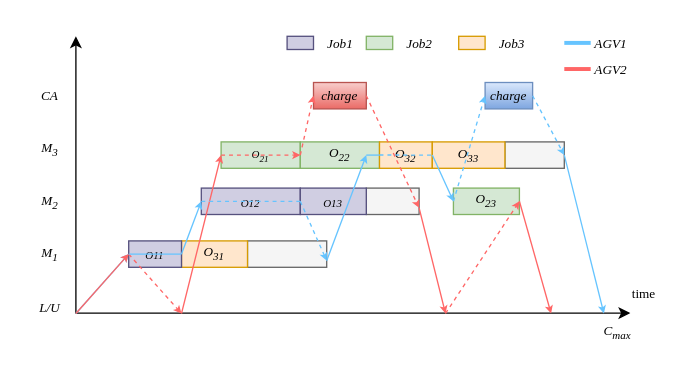
Before: gante.drawio in aslongaslihappy/algorithm, a draw.io diagram. Source tidied: cells renumbered, new cells numbered last; positions are measured from the earlier drawing's top-left corner, leaving out a move shared by most shapes. Both pictures are drawn from the tidied source at 132%, with x=0, y=0 at pixel (22, 22).
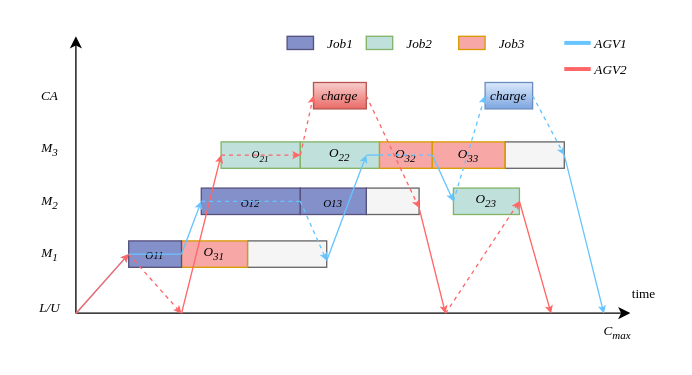
The same page after the edit.

What changed in the source:
```diff
@@
-    <mxCell id="11" value="&lt;span style=&quot;font-size: 8.33333px;&quot;&gt;O&lt;sub&gt;21&lt;/sub&gt;&lt;/span&gt;" style="rounded=0;whiteSpace=wrap;html=1;fontSize=10;fontStyle=2;fontFamily=Times New Roman;fillColor=#d5e8d4;strokeColor=#82b366;" parent="1" vertex="1">
+    <mxCell id="11" value="&lt;span style=&quot;font-size: 8.33333px;&quot;&gt;O&lt;sub&gt;21&lt;/sub&gt;&lt;/span&gt;" style="rounded=0;whiteSpace=wrap;html=1;fontSize=10;fontStyle=2;fontFamily=Times New Roman;fillColor=#C0E0DB;strokeColor=#82b366;" parent="1" vertex="1">
       <mxGeometry x="150" y="90" width="60" height="20" as="geometry" />
     </mxCell>
-    <mxCell id="12" value="&lt;sub&gt;&lt;span&gt;O&lt;/span&gt;12&lt;/sub&gt;" style="rounded=0;whiteSpace=wrap;html=1;fontSize=10;fontFamily=Times New Roman;fontStyle=2;fillColor=#d0cee2;strokeColor=#56517e;" parent="1" vertex="1">
+    <mxCell id="12" value="&lt;sub&gt;&lt;span&gt;O&lt;/span&gt;12&lt;/sub&gt;" style="rounded=0;whiteSpace=wrap;html=1;fontSize=10;fontFamily=Times New Roman;fontStyle=2;fillColor=#8390CA;strokeColor=#56517e;" parent="1" vertex="1">
       <mxGeometry x="135" y="125" width="75" height="20" as="geometry" />
     </mxCell>
-    <mxCell id="13" value="O&lt;sub&gt;22&lt;/sub&gt;" style="rounded=0;whiteSpace=wrap;html=1;fontSize=10;fontStyle=2;fontFamily=Times New Roman;fillColor=#d5e8d4;strokeColor=#82b366;" parent="1" vertex="1">
+    <mxCell id="13" value="O&lt;sub&gt;22&lt;/sub&gt;" style="rounded=0;whiteSpace=wrap;html=1;fontSize=10;fontStyle=2;fontFamily=Times New Roman;fillColor=#C0E0DB;strokeColor=#82b366;" parent="1" vertex="1">
       <mxGeometry x="210" y="90" width="60" height="20" as="geometry" />
     </mxCell>
-    <mxCell id="14" value="&lt;font&gt;O&lt;sub&gt;31&lt;/sub&gt;&lt;/font&gt;" style="rounded=0;whiteSpace=wrap;html=1;fontFamily=Times New Roman;fillColor=#ffe6cc;strokeColor=#d79b00;fontStyle=2;fontSize=10;" parent="1" vertex="1">
+    <mxCell id="14" value="&lt;font&gt;O&lt;sub&gt;31&lt;/sub&gt;&lt;/font&gt;" style="rounded=0;whiteSpace=wrap;html=1;fontFamily=Times New Roman;fillColor=#F7A7A6;strokeColor=#d79b00;fontStyle=2;fontSize=10;" parent="1" vertex="1">
       <mxGeometry x="120" y="165" width="50" height="20" as="geometry" />
     </mxCell>
@@
-    <mxCell id="17" value="&lt;font style=&quot;font-size: 10px;&quot;&gt;&lt;i&gt;O&lt;sub style=&quot;&quot;&gt;32&lt;/sub&gt;&lt;/i&gt;&lt;/font&gt;" style="rounded=0;whiteSpace=wrap;html=1;fontFamily=Times New Roman;fillColor=#ffe6cc;strokeColor=#d79b00;" parent="1" vertex="1">
+    <mxCell id="17" value="&lt;font style=&quot;font-size: 10px;&quot;&gt;&lt;i&gt;O&lt;sub style=&quot;&quot;&gt;32&lt;/sub&gt;&lt;/i&gt;&lt;/font&gt;" style="rounded=0;whiteSpace=wrap;html=1;fontFamily=Times New Roman;fillColor=#F7A7A6;strokeColor=#d79b00;" parent="1" vertex="1">
       <mxGeometry x="270" y="90" width="40" height="20" as="geometry" />
     </mxCell>
@@
-    <mxCell id="19" style="rounded=0;whiteSpace=wrap;html=1;fontSize=10;fontFamily=Times New Roman;fontStyle=2;fillColor=#d0cee2;strokeColor=#56517e;" parent="1" vertex="1">
+    <mxCell id="19" style="rounded=0;whiteSpace=wrap;html=1;fontSize=10;fontFamily=Times New Roman;fontStyle=2;fillColor=#8390CA;strokeColor=#56517e;" parent="1" vertex="1">
       <mxGeometry x="200" y="10" width="20" height="10" as="geometry" />
     </mxCell>
-    <mxCell id="20" value="&lt;span style=&quot;font-size: 8.33333px;&quot;&gt;O&lt;/span&gt;&lt;span style=&quot;font-size: 8.33333px;&quot;&gt;11&lt;/span&gt;" style="rounded=0;whiteSpace=wrap;html=1;fontSize=10;fontFamily=Times New Roman;fontStyle=2;fillColor=#d0cee2;strokeColor=#56517e;" parent="1" vertex="1">
+    <mxCell id="20" value="&lt;span style=&quot;font-size: 8.33333px;&quot;&gt;O&lt;/span&gt;&lt;span style=&quot;font-size: 8.33333px;&quot;&gt;11&lt;/span&gt;" style="rounded=0;whiteSpace=wrap;html=1;fontSize=10;fontFamily=Times New Roman;fontStyle=2;fillColor=#8390CA;strokeColor=#56517e;" parent="1" vertex="1">
       <mxGeometry x="80" y="165" width="40" height="20" as="geometry" />
     </mxCell>
-    <mxCell id="21" style="rounded=0;whiteSpace=wrap;html=1;fontSize=10;fontStyle=2;fontFamily=Times New Roman;fillColor=#d5e8d4;strokeColor=#82b366;" parent="1" vertex="1">
+    <mxCell id="21" style="rounded=0;whiteSpace=wrap;html=1;fontSize=10;fontStyle=2;fontFamily=Times New Roman;fillColor=#C0E0DB;strokeColor=#82b366;" parent="1" vertex="1">
       <mxGeometry x="260" y="10" width="20" height="10" as="geometry" />
     </mxCell>
-    <mxCell id="22" style="rounded=0;whiteSpace=wrap;html=1;fontFamily=Times New Roman;fillColor=#ffe6cc;strokeColor=#d79b00;" parent="1" vertex="1">
+    <mxCell id="22" style="rounded=0;whiteSpace=wrap;html=1;fontFamily=Times New Roman;fillColor=#F7A7A6;strokeColor=#d79b00;" parent="1" vertex="1">
       <mxGeometry x="330" y="10" width="20" height="10" as="geometry" />
     </mxCell>
@@
-    <mxCell id="37" value="O&lt;sub&gt;23&lt;/sub&gt;" style="rounded=0;whiteSpace=wrap;html=1;fontSize=10;fontStyle=2;fontFamily=Times New Roman;fillColor=#d5e8d4;strokeColor=#82b366;" parent="1" vertex="1">
+    <mxCell id="37" value="O&lt;sub&gt;23&lt;/sub&gt;" style="rounded=0;whiteSpace=wrap;html=1;fontSize=10;fontStyle=2;fontFamily=Times New Roman;fillColor=#C0E0DB;strokeColor=#82b366;" parent="1" vertex="1">
       <mxGeometry x="326" y="125" width="50" height="20" as="geometry" />
     </mxCell>
-    <mxCell id="38" value="&lt;font style=&quot;font-size: 10px;&quot;&gt;&lt;i&gt;O&lt;sub style=&quot;&quot;&gt;33&lt;/sub&gt;&lt;/i&gt;&lt;/font&gt;" style="rounded=0;whiteSpace=wrap;html=1;fontFamily=Times New Roman;fillColor=#ffe6cc;strokeColor=#d79b00;" parent="1" vertex="1">
+    <mxCell id="38" value="&lt;font style=&quot;font-size: 10px;&quot;&gt;&lt;i&gt;O&lt;sub style=&quot;&quot;&gt;33&lt;/sub&gt;&lt;/i&gt;&lt;/font&gt;" style="rounded=0;whiteSpace=wrap;html=1;fontFamily=Times New Roman;fillColor=#F7A7A6;strokeColor=#d79b00;" parent="1" vertex="1">
       <mxGeometry x="310" y="90" width="55" height="20" as="geometry" />
     </mxCell>
@@
-    <mxCell id="42" value="&lt;sub&gt;&lt;span&gt;O&lt;/span&gt;13&lt;/sub&gt;" style="rounded=0;whiteSpace=wrap;html=1;fontSize=10;fontFamily=Times New Roman;fontStyle=2;fillColor=#d0cee2;strokeColor=#56517e;" parent="1" vertex="1">
+    <mxCell id="42" value="&lt;sub&gt;&lt;span&gt;O&lt;/span&gt;13&lt;/sub&gt;" style="rounded=0;whiteSpace=wrap;html=1;fontSize=10;fontFamily=Times New Roman;fontStyle=2;fillColor=#8390CA;strokeColor=#56517e;" parent="1" vertex="1">
       <mxGeometry x="210" y="125" width="50" height="20" as="geometry" />
     </mxCell>
```
